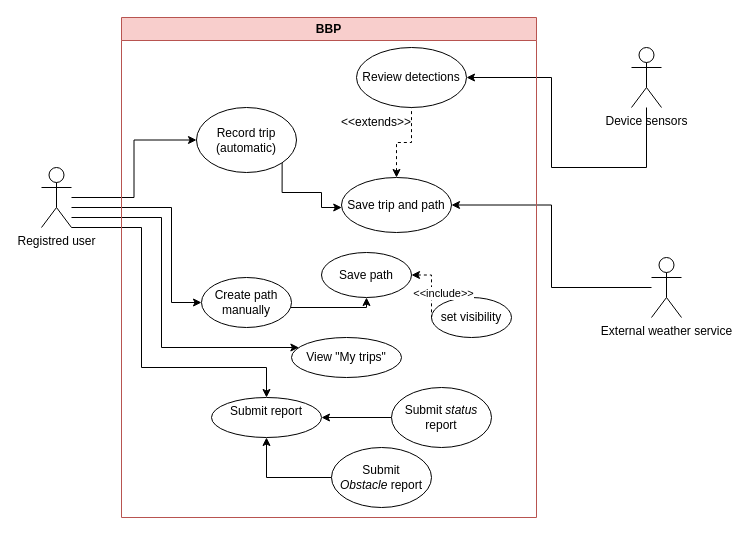
The draw.io diagram page "Registred_user" (3 of 3) of RASD/LaTeXCode/images/drawio/Use_Case_Diagram.drawio in jacopobellosi/Bellosi-Montanelli-Tempobono, before the edit. Source tidied: cells renumbered, new cells numbered last; positions are measured from the earlier drawing's top-left corner, leaving out a move shared by most shapes. Both pictures are drawn from the tidied source at 100%, with x=0, y=0 at pixel (41, 17).
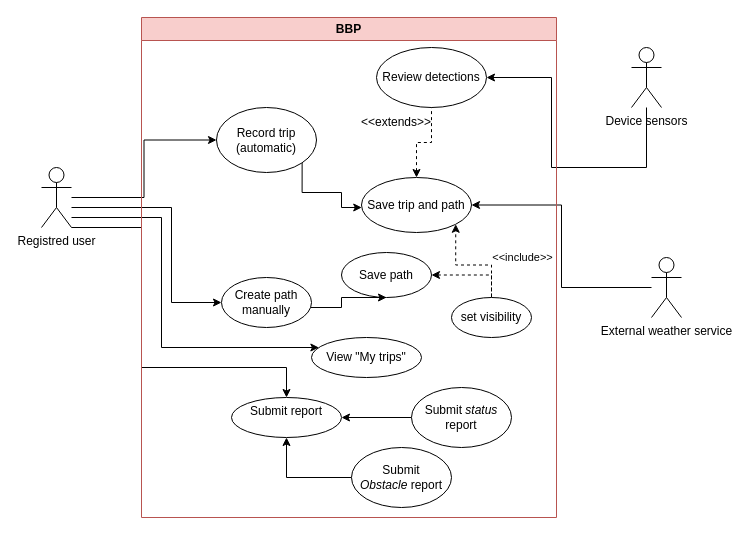
Above is the later version.

The change refers to these unchanged cells:
```xml
<mxCell id="12" value="set visibility" style="ellipse;whiteSpace=wrap;html=1;" parent="11" vertex="1">
  <mxGeometry x="310" y="280" width="80" height="40" as="geometry" />
</mxCell>
<mxCell id="13" value="Save path" style="ellipse;whiteSpace=wrap;html=1;" parent="11" vertex="1">
  <mxGeometry x="200" y="235" width="90" height="45" as="geometry" />
</mxCell>
<mxCell id="22" value="Create path manually" style="ellipse;whiteSpace=wrap;html=1;" parent="11" vertex="1">
  <mxGeometry x="80" y="260" width="90" height="50" as="geometry" />
</mxCell>
<mxCell id="24" value="Save trip and path" style="ellipse;whiteSpace=wrap;html=1;" parent="11" vertex="1">
  <mxGeometry x="220" y="160" width="110" height="55" as="geometry" />
</mxCell>
```

The edit, as a diff of the source:
```diff
@@
     <mxCell id="11" value="BBP" style="swimlane;whiteSpace=wrap;html=1;fillColor=#f8cecc;strokeColor=#b85450;" parent="1" vertex="1">
-      <mxGeometry x="80" width="415" height="500" as="geometry" />
+      <mxGeometry x="100" width="415" height="500" as="geometry" />
     </mxCell>
+    <mxCell id="30" style="edgeStyle=orthogonalEdgeStyle;rounded=0;jettySize=auto;html=1;entryX=1;entryY=1;entryDx=0;entryDy=0;dashed=1;" parent="11" edge="1" source="12" target="24">
+      <mxGeometry relative="1" as="geometry" />
+    </mxCell>
@@
-    <mxCell id="14" style="edgeStyle=orthogonalEdgeStyle;rounded=0;jettySize=auto;html=1;dashed=1;startArrow=classic;startFill=1;endArrow=none;endFill=0;" parent="11" edge="1" source="13" target="12">
+    <mxCell id="14" style="edgeStyle=orthogonalEdgeStyle;rounded=0;jettySize=auto;html=1;dashed=1;startArrow=classic;startFill=1;endArrow=none;endFill=0;entryX=0.5;entryY=0;entryDx=0;entryDy=0;" parent="11" edge="1" source="13" target="12">
       <mxGeometry relative="1" as="geometry" />
     </mxCell>
     <mxCell id="15" value="&amp;lt;&amp;lt;include&amp;gt;&amp;gt;" style="edgeLabel;html=1;align=center;verticalAlign=middle;" parent="14" vertex="1">
       <mxGeometry x="-0.17" relative="1" as="geometry">
-        <mxPoint x="11" y="12" as="offset" />
+        <mxPoint x="56" y="-18" as="offset" />
       </mxGeometry>
     </mxCell>
@@
     <mxCell id="23" style="edgeStyle=orthogonalEdgeStyle;rounded=0;jettySize=auto;html=1;entryX=0.5;entryY=1;entryDx=0;entryDy=0;" parent="11" edge="1" source="22" target="13">
       <mxGeometry relative="1" as="geometry">
         <Array as="points">
-          <mxPoint x="245" y="290" />
+          <mxPoint x="200" y="290" />
+          <mxPoint x="200" y="280" />
         </Array>
       </mxGeometry>
     </mxCell>
```
